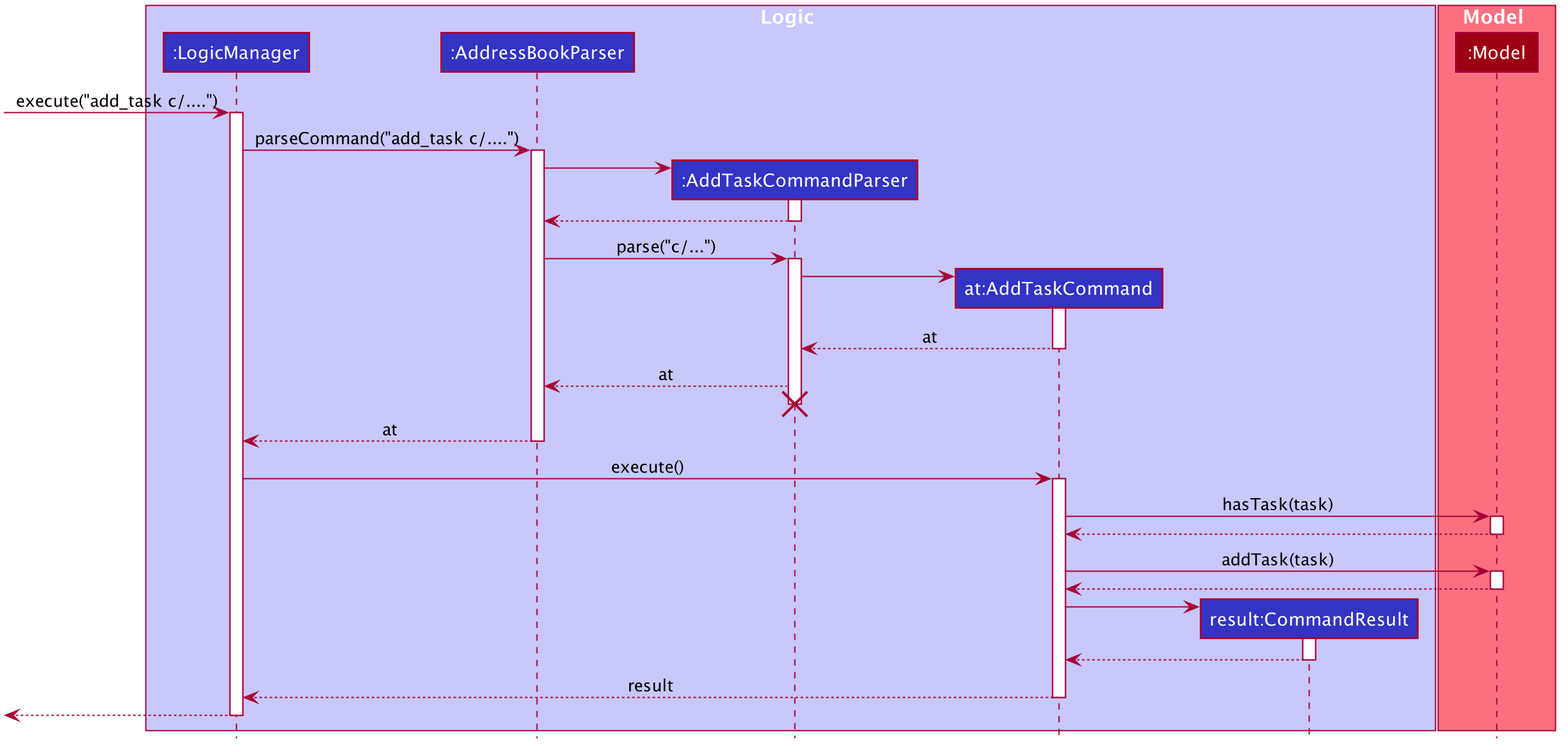
This is docs/images/AddTaskSequenceDiagram.png from nus-cs2103-AY1920S1/addressbook-level3, a PlantUML export, as it was before one commit.
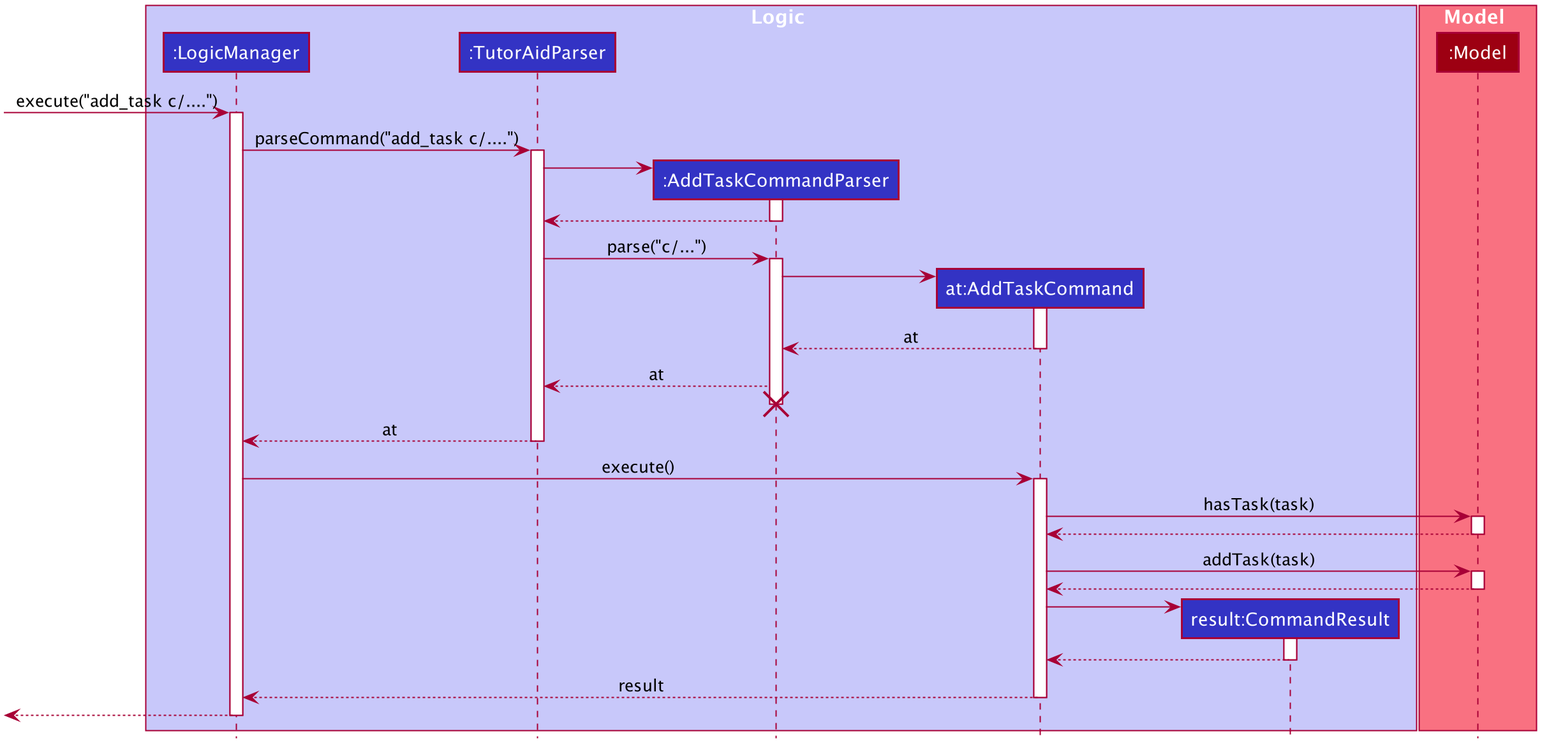
Above is the later version.

Change to the diagram source:
```diff
@@ -50,7 +50,7 @@
 
 box Logic #C8C8FA
 participant ":LogicManager" as LogicManager #3333C4
-participant ":AddressBookParser" as AddressBookParser #3333C4
+participant ":TutorAidParser" as TutorAidParser #3333C4
 participant ":AddTaskCommandParser" as AddTaskCommandParser #3333C4
 participant "at:AddTaskCommand" as AddTaskCommand #3333C4
 participant "result:CommandResult" as CommandResult #3333C4
@@ -63,17 +63,17 @@
 [-> LogicManager : execute("add_task c/....")
 activate LogicManager
 
-LogicManager -> AddressBookParser : parseCommand("add_task c/....")
-activate AddressBookParser
+LogicManager -> TutorAidParser : parseCommand("add_task c/....")
+activate TutorAidParser
 
 create AddTaskCommandParser
-AddressBookParser -> AddTaskCommandParser
+TutorAidParser -> AddTaskCommandParser
 activate AddTaskCommandParser
 
-AddTaskCommandParser --> AddressBookParser
+AddTaskCommandParser --> TutorAidParser
 deactivate AddTaskCommandParser
 
-AddressBookParser -> AddTaskCommandParser : parse("c/...")
+TutorAidParser -> AddTaskCommandParser : parse("c/...")
 activate AddTaskCommandParser
 
 create AddTaskCommand
@@ -83,13 +83,13 @@
 AddTaskCommand --> AddTaskCommandParser : at
 deactivate AddTaskCommand
 
-AddTaskCommandParser --> AddressBookParser : at
+AddTaskCommandParser --> TutorAidParser : at
 deactivate AddTaskCommand
-AddTaskCommandParser -[hidden]-> AddressBookParser
+AddTaskCommandParser -[hidden]-> TutorAidParser
 destroy AddTaskCommandParser
 
-AddressBookParser --> LogicManager : at
-deactivate AddressBookParser
+TutorAidParser --> LogicManager : at
+deactivate TutorAidParser
 
 LogicManager -> AddTaskCommand : execute()
 activate AddTaskCommand
```
